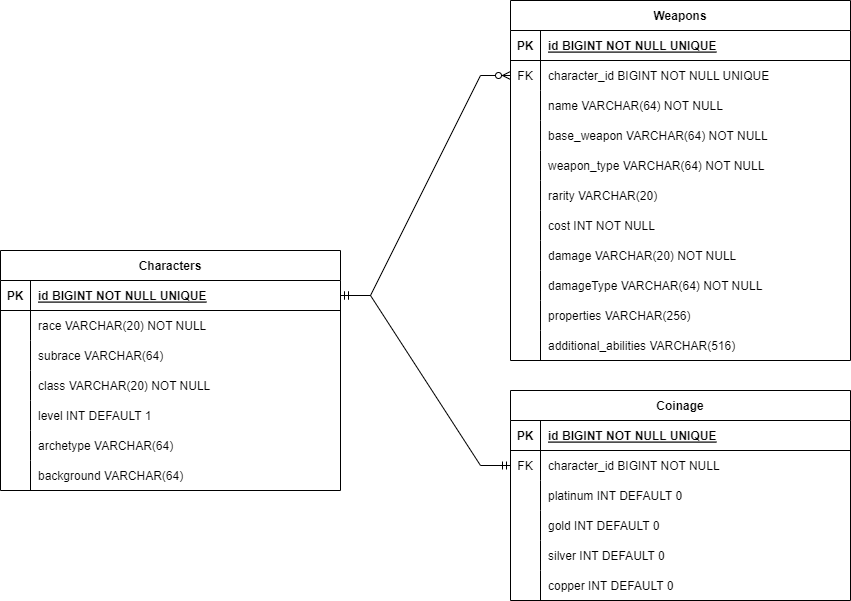
Earlier version of the draw.io export Documentation/Fantasy-Inventory-ERD.png (Callum-Robinson/hobby-project-backend). Source tidied: cells renumbered, new cells last; positions are measured from the earlier drawing's top-left corner, leaving out a move shared by most shapes.
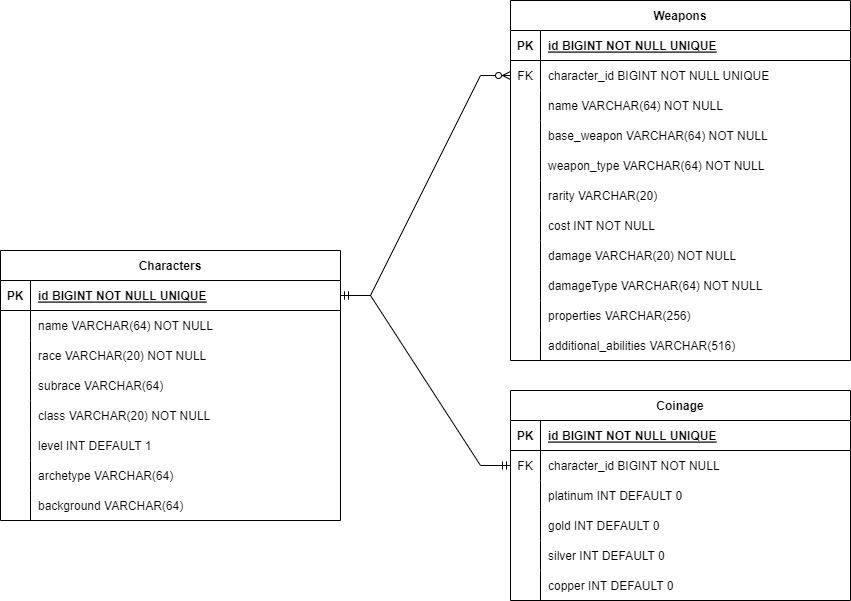
The same diagram one commit later.

Commit message:
Added name field to character

Change to the diagram source:
```diff
@@ -3,7 +3,7 @@
     <mxCell id="0" />
     <mxCell id="1" parent="0" />
     <mxCell id="2" value="Characters" style="shape=table;startSize=30;rowLines=0;fontStyle=1;align=center;" parent="1" vertex="1">
-      <mxGeometry y="250" width="340" height="240" as="geometry" />
+      <mxGeometry y="250" width="340" height="270" as="geometry" />
     </mxCell>
     <mxCell id="3" style="shape=tableRow;horizontal=0;startSize=0;swimlaneHead=0;swimlaneBody=0;fillColor=none;points=[[0,0.5],[1,0.5]];portConstraint=eastwest;top=0;left=0;right=0;bottom=1;" parent="2" vertex="1">
       <mxGeometry y="30" width="340" height="30" as="geometry" />
@@ -14,8 +14,17 @@
     <mxCell id="5" value="id BIGINT NOT NULL UNIQUE" style="shape=partialRectangle;fillColor=none;top=0;left=0;bottom=0;right=0;align=left;spacingLeft=6;fontStyle=5;overflow=hidden;" parent="3" vertex="1">
       <mxGeometry x="30" width="310" height="30" as="geometry" />
     </mxCell>
+    <mxCell id="79" style="shape=tableRow;horizontal=0;startSize=0;swimlaneHead=0;swimlaneBody=0;fillColor=none;top=0;left=0;right=0;bottom=0;" parent="2" vertex="1">
+      <mxGeometry y="60" width="340" height="30" as="geometry" />
+    </mxCell>
+    <mxCell id="80" style="shape=partialRectangle;fillColor=none;top=0;left=0;bottom=0;right=0;overflow=hidden;" parent="79" vertex="1">
+      <mxGeometry width="30" height="30" as="geometry" />
+    </mxCell>
+    <mxCell id="81" value="name VARCHAR(64) NOT NULL" style="shape=partialRectangle;fillColor=none;top=0;left=0;bottom=0;right=0;align=left;spacingLeft=6;overflow=hidden;" parent="79" vertex="1">
+      <mxGeometry x="30" width="310" height="30" as="geometry" />
+    </mxCell>
     <mxCell id="6" style="shape=tableRow;horizontal=0;startSize=0;swimlaneHead=0;swimlaneBody=0;fillColor=none;top=0;left=0;right=0;bottom=0;" parent="2" vertex="1">
-      <mxGeometry y="60" width="340" height="30" as="geometry" />
+      <mxGeometry y="90" width="340" height="30" as="geometry" />
     </mxCell>
     <mxCell id="7" style="shape=partialRectangle;fillColor=none;top=0;left=0;bottom=0;right=0;overflow=hidden;" parent="6" vertex="1">
       <mxGeometry width="30" height="30" as="geometry" />
@@ -24,7 +33,7 @@
       <mxGeometry x="30" width="310" height="30" as="geometry" />
     </mxCell>
     <mxCell id="9" style="shape=tableRow;horizontal=0;startSize=0;swimlaneHead=0;swimlaneBody=0;fillColor=none;top=0;left=0;right=0;bottom=0;" parent="2" vertex="1">
-      <mxGeometry y="90" width="340" height="30" as="geometry" />
+      <mxGeometry y="120" width="340" height="30" as="geometry" />
     </mxCell>
     <mxCell id="10" style="shape=partialRectangle;fillColor=none;top=0;left=0;bottom=0;right=0;overflow=hidden;" parent="9" vertex="1">
       <mxGeometry width="30" height="30" as="geometry" />
@@ -33,7 +42,7 @@
       <mxGeometry x="30" width="310" height="30" as="geometry" />
     </mxCell>
     <mxCell id="12" style="shape=tableRow;horizontal=0;startSize=0;swimlaneHead=0;swimlaneBody=0;fillColor=none;top=0;left=0;right=0;bottom=0;" parent="2" vertex="1">
-      <mxGeometry y="120" width="340" height="30" as="geometry" />
+      <mxGeometry y="150" width="340" height="30" as="geometry" />
     </mxCell>
     <mxCell id="13" style="shape=partialRectangle;fillColor=none;top=0;left=0;bottom=0;right=0;overflow=hidden;" parent="12" vertex="1">
       <mxGeometry width="30" height="30" as="geometry" />
@@ -42,7 +51,7 @@
       <mxGeometry x="30" width="310" height="30" as="geometry" />
     </mxCell>
     <mxCell id="15" style="shape=tableRow;horizontal=0;startSize=0;swimlaneHead=0;swimlaneBody=0;fillColor=none;top=0;left=0;right=0;bottom=0;" parent="2" vertex="1">
-      <mxGeometry y="150" width="340" height="30" as="geometry" />
+      <mxGeometry y="180" width="340" height="30" as="geometry" />
     </mxCell>
     <mxCell id="16" style="shape=partialRectangle;fillColor=none;top=0;left=0;bottom=0;right=0;overflow=hidden;" parent="15" vertex="1">
       <mxGeometry width="30" height="30" as="geometry" />
@@ -51,7 +60,7 @@
       <mxGeometry x="30" width="310" height="30" as="geometry" />
     </mxCell>
     <mxCell id="18" style="shape=tableRow;horizontal=0;startSize=0;swimlaneHead=0;swimlaneBody=0;fillColor=none;top=0;left=0;right=0;bottom=0;" parent="2" vertex="1">
-      <mxGeometry y="180" width="340" height="30" as="geometry" />
+      <mxGeometry y="210" width="340" height="30" as="geometry" />
     </mxCell>
     <mxCell id="19" style="shape=partialRectangle;fillColor=none;top=0;left=0;bottom=0;right=0;overflow=hidden;" parent="18" vertex="1">
       <mxGeometry width="30" height="30" as="geometry" />
@@ -60,7 +69,7 @@
       <mxGeometry x="30" width="310" height="30" as="geometry" />
     </mxCell>
     <mxCell id="21" style="shape=tableRow;horizontal=0;startSize=0;swimlaneHead=0;swimlaneBody=0;fillColor=none;top=0;left=0;right=0;bottom=0;" parent="2" vertex="1">
-      <mxGeometry y="210" width="340" height="30" as="geometry" />
+      <mxGeometry y="240" width="340" height="30" as="geometry" />
     </mxCell>
     <mxCell id="22" style="shape=partialRectangle;fillColor=none;top=0;left=0;bottom=0;right=0;overflow=hidden;" parent="21" vertex="1">
       <mxGeometry width="30" height="30" as="geometry" />
```
